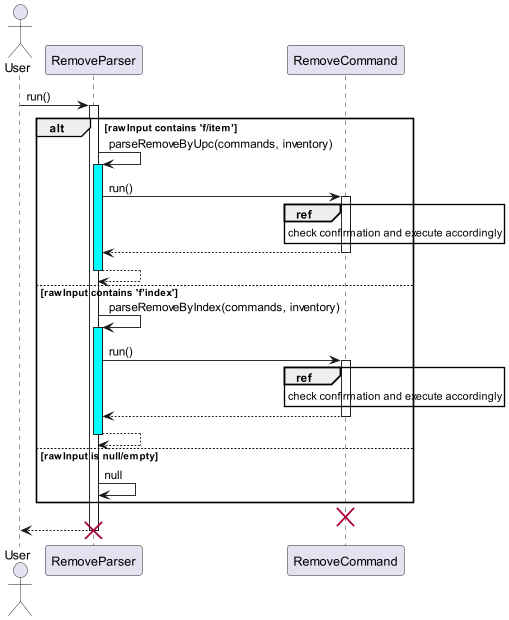
Before: docs/UML/Remove/RemoveParser.png, a diagram exported from PlantUML (nus-cs2113-AY2223S2/tp).
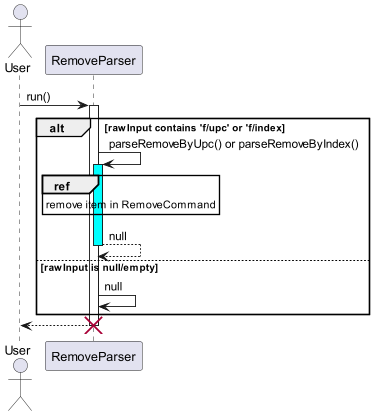
After the commit.

The edit, as a diff of the source:
```diff
@@ -3,30 +3,18 @@
 actor User
 User -> RemoveParser: run()
 activate RemoveParser
-alt rawInput contains 'f/item'
-    RemoveParser -> RemoveParser: parseRemoveByUpc(commands, inventory)
+alt rawInput contains 'f/upc' or 'f/index
+
+    RemoveParser -> RemoveParser: parseRemoveByUpc() or parseRemoveByIndex()
     activate RemoveParser #cyan
-    RemoveParser -> RemoveCommand: run()
-    activate RemoveCommand
-        ref over RemoveCommand
-         check confirmation and execute accordingly
-        end ref
-    return
-    return
-else rawInput contains 'f'index'
-    RemoveParser -> RemoveParser: parseRemoveByIndex(commands, inventory)
-    activate RemoveParser #cyan
-    RemoveParser -> RemoveCommand: run()
-    activate RemoveCommand
-        ref over RemoveCommand
-         check confirmation and execute accordingly
-        end ref
-    return
-    return
+    ref over RemoveParser
+    remove item in RemoveCommand
+    end ref
+    return null
 else rawInput is null/empty
     RemoveParser -> RemoveParser: null
 end
-destroy RemoveCommand
+
 return
 destroy RemoveParser
 @enduml
```
